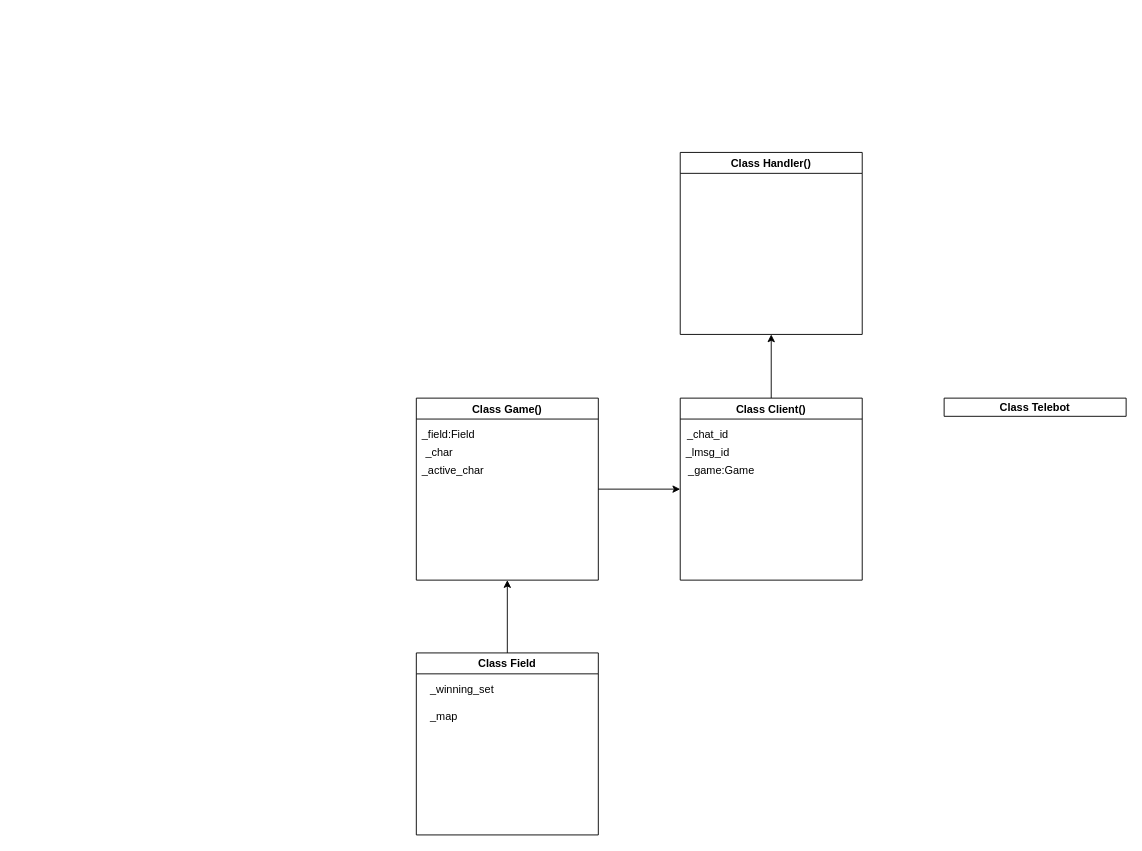
Earlier version of the draw.io diagram page "Structure" (1 of 2) of diagram.drawio (MasterYoooda/Telegame). Source tidied: cells renumbered, new cells numbered last; positions are measured from the earlier drawing's top-left corner, leaving out a move shared by most shapes. Both pictures are drawn from the tidied source at 91%, with x=0, y=0 at pixel (416, 152).
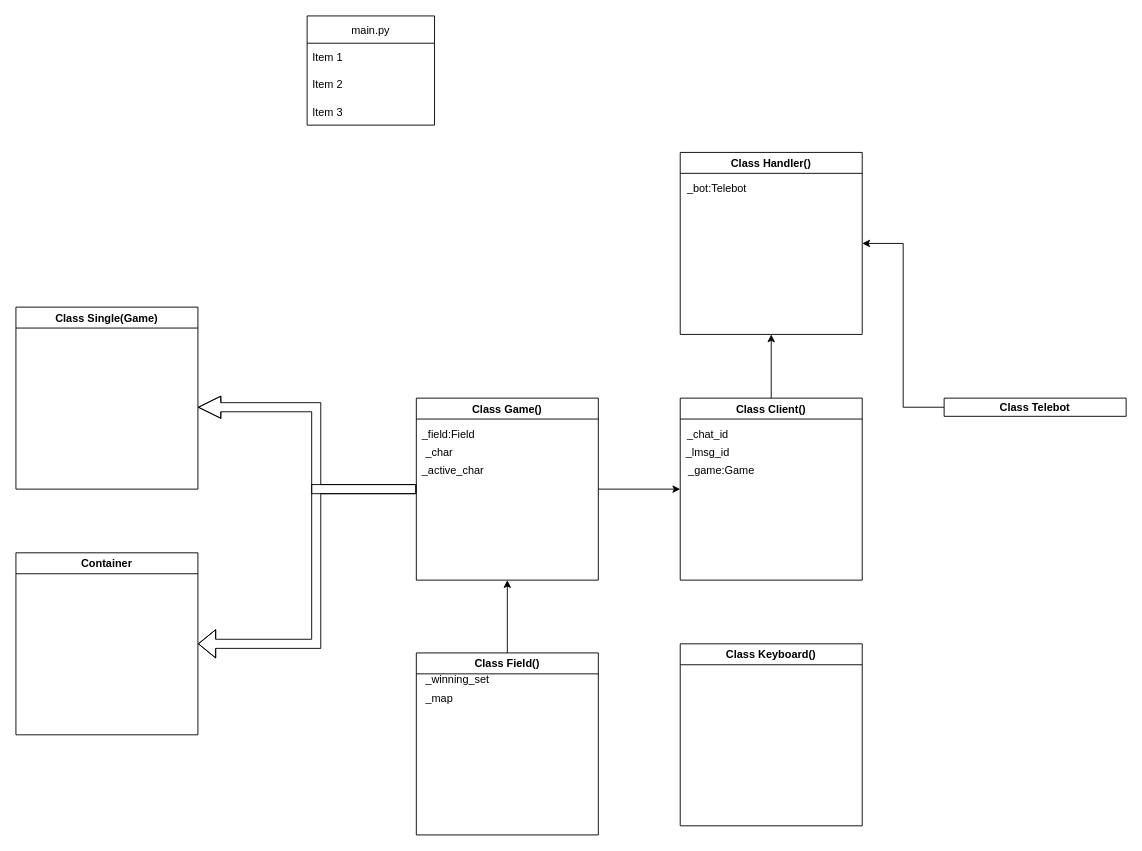
After the change.

The change refers to these unchanged cells:
```xml
<mxCell id="3" value="Class Game()" style="swimlane;startSize=23;" parent="1" vertex="1">
  <mxGeometry y="270" width="200" height="200" as="geometry" />
</mxCell>
<mxCell id="12" value="Class Telebot" style="swimlane;" parent="1" vertex="1">
  <mxGeometry x="580" y="270" width="200" height="20" as="geometry" />
</mxCell>
<mxCell id="17" value="Class Handler()" style="swimlane;" parent="1" vertex="1">
  <mxGeometry x="290" width="200" height="200" as="geometry" />
</mxCell>
```

Diff of the diagram source:
```diff
@@
+    <mxCell id="18" style="edgeStyle=orthogonalEdgeStyle;shape=flexArrow;rounded=0;jettySize=auto;html=1;width=10;endSize=7.8916666666666675;endWidth=13.333333333333334;" parent="1" edge="1" source="3">
+      <mxGeometry relative="1" as="geometry">
+        <mxPoint x="-240" y="280" as="targetPoint" />
+        <Array as="points">
+          <mxPoint x="-110" y="370" />
+          <mxPoint x="-110" y="280" />
+        </Array>
+      </mxGeometry>
+    </mxCell>
+    <mxCell id="19" style="edgeStyle=orthogonalEdgeStyle;shape=flexArrow;rounded=0;jettySize=auto;html=1;entryX=1;entryY=0.5;entryDx=0;entryDy=0;" parent="1" edge="1" source="3" target="27">
+      <mxGeometry relative="1" as="geometry">
+        <Array as="points">
+          <mxPoint x="-110" y="370" />
+          <mxPoint x="-110" y="540" />
+        </Array>
+      </mxGeometry>
+    </mxCell>
@@
+    <mxCell id="20" style="edgeStyle=orthogonalEdgeStyle;rounded=0;jettySize=auto;html=1;entryX=1;entryY=0.5;entryDx=0;entryDy=0;" parent="1" edge="1" source="12" target="17">
+      <mxGeometry relative="1" as="geometry" />
+    </mxCell>
@@
-    <mxCell id="14" value="Class Field" style="swimlane;startSize=23;" parent="1" vertex="1">
+    <mxCell id="14" value="Class Field()" style="swimlane;startSize=23;" parent="1" vertex="1">
       <mxGeometry y="550" width="200" height="200" as="geometry" />
     </mxCell>
     <mxCell id="15" value="_winning_set" style="text;html=1;align=center;verticalAlign=middle;strokeColor=none;fillColor=none;" parent="14" vertex="1">
-      <mxGeometry x="5" y="30" width="90" height="20" as="geometry" />
+      <mxGeometry y="20" width="90" height="20" as="geometry" />
     </mxCell>
-    <mxCell id="16" value="_map" style="text;html=1;align=center;verticalAlign=middle;strokeColor=none;fillColor=none;" parent="1" vertex="1">
-      <mxGeometry x="5" y="610" width="50" height="20" as="geometry" />
+    <mxCell id="16" value="_map" style="text;html=1;align=center;verticalAlign=middle;strokeColor=none;fillColor=none;" parent="14" vertex="1">
+      <mxGeometry y="40" width="50" height="20" as="geometry" />
     </mxCell>
@@
+    <mxCell id="21" value="_bot:Telebot" style="text;html=1;align=center;verticalAlign=middle;strokeColor=none;fillColor=none;" parent="1" vertex="1">
+      <mxGeometry x="290" y="30" width="80" height="20" as="geometry" />
+    </mxCell>
+    <mxCell id="22" value="main.py" style="swimlane;fontStyle=0;horizontal=1;startSize=30;" parent="1" vertex="1">
+      <mxGeometry x="-120" y="-150" width="140" height="120" as="geometry" />
+    </mxCell>
+    <mxCell id="23" value="Item 1" style="text;strokeColor=none;fillColor=none;align=left;verticalAlign=middle;spacingLeft=4;spacingRight=4;overflow=hidden;" parent="22" vertex="1">
+      <mxGeometry y="30" width="140" height="30" as="geometry" />
+    </mxCell>
+    <mxCell id="24" value="Item 2" style="text;strokeColor=none;fillColor=none;align=left;verticalAlign=middle;spacingLeft=4;spacingRight=4;overflow=hidden;" parent="22" vertex="1">
+      <mxGeometry y="60" width="140" height="30" as="geometry" />
+    </mxCell>
+    <mxCell id="25" value="Item 3" style="text;strokeColor=none;fillColor=none;align=left;verticalAlign=middle;spacingLeft=4;spacingRight=4;overflow=hidden;" parent="22" vertex="1">
+      <mxGeometry y="90" width="140" height="30" as="geometry" />
+    </mxCell>
+    <mxCell id="26" value="Class Single(Game)" style="swimlane;" parent="1" vertex="1">
+      <mxGeometry x="-440" y="170" width="200" height="200" as="geometry" />
+    </mxCell>
+    <mxCell id="27" value="Container" style="swimlane;" parent="1" vertex="1">
+      <mxGeometry x="-440" y="440" width="200" height="200" as="geometry" />
+    </mxCell>
+    <mxCell id="28" value="Class Keyboard()" style="swimlane;" parent="1" vertex="1">
+      <mxGeometry x="290" y="540" width="200" height="200" as="geometry" />
+    </mxCell>
```
